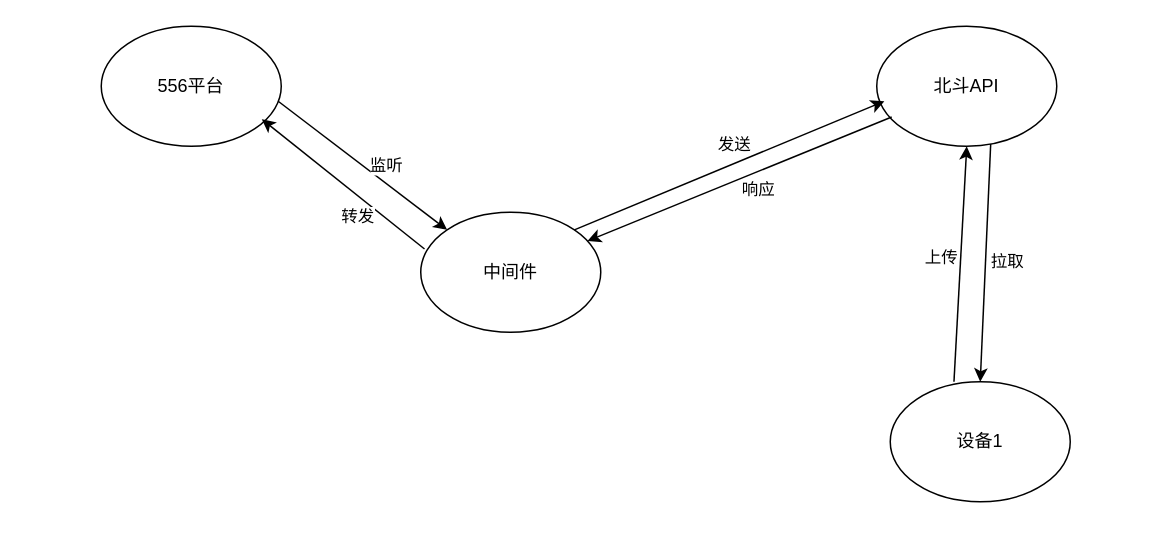
Before: 556转发逻辑流程图.drawio in GoodDream01/nm-serial, a draw.io diagram. Source tidied: cells renumbered, new cells numbered last; positions are measured from the earlier drawing's top-left corner, leaving out a move shared by most shapes. Both pictures are drawn from the tidied source at 150%, with x=0, y=0 at pixel (100, 26).
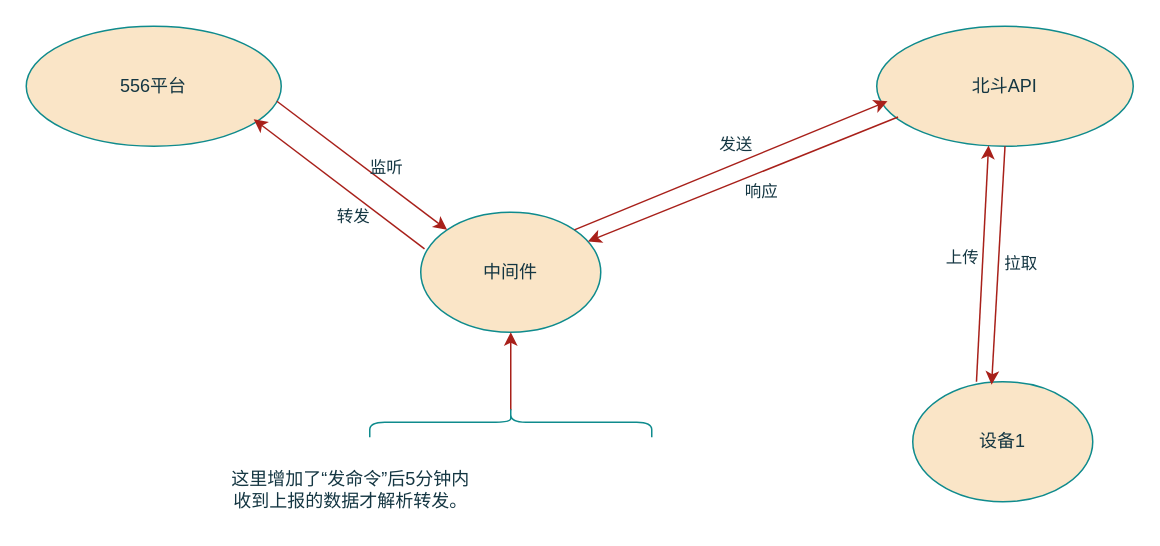
Above is the later version.

Commit message:
更新556转发逻辑流程图.drawio

What changed in the source:
```diff
@@
-    <mxCell id="2" value="北斗API" style="ellipse;whiteSpace=wrap;html=1;" parent="1" vertex="1">
-      <mxGeometry x="517" width="120" height="80" as="geometry" />
+    <mxCell id="2" value="北斗API" style="ellipse;whiteSpace=wrap;html=1;labelBackgroundColor=none;fillColor=#FAE5C7;strokeColor=#0F8B8D;fontColor=#143642;" parent="1" vertex="1">
+      <mxGeometry x="517" width="171" height="80" as="geometry" />
     </mxCell>
-    <mxCell id="3" value="设备1" style="ellipse;whiteSpace=wrap;html=1;" parent="1" vertex="1">
-      <mxGeometry x="526" y="237" width="120" height="80" as="geometry" />
+    <mxCell id="3" value="设备1" style="ellipse;whiteSpace=wrap;html=1;labelBackgroundColor=none;fillColor=#FAE5C7;strokeColor=#0F8B8D;fontColor=#143642;" parent="1" vertex="1">
+      <mxGeometry x="541" y="237" width="120" height="80" as="geometry" />
     </mxCell>
-    <mxCell id="4" value="中间件" style="ellipse;whiteSpace=wrap;html=1;" parent="1" vertex="1">
+    <mxCell id="4" value="中间件" style="ellipse;whiteSpace=wrap;html=1;labelBackgroundColor=none;fillColor=#FAE5C7;strokeColor=#0F8B8D;fontColor=#143642;" parent="1" vertex="1">
       <mxGeometry x="213" y="124" width="120" height="80" as="geometry" />
     </mxCell>
-    <mxCell id="5" value="556平台" style="ellipse;whiteSpace=wrap;html=1;" parent="1" vertex="1">
-      <mxGeometry width="120" height="80" as="geometry" />
+    <mxCell id="5" value="556平台" style="ellipse;whiteSpace=wrap;html=1;labelBackgroundColor=none;fillColor=#FAE5C7;strokeColor=#0F8B8D;fontColor=#143642;" parent="1" vertex="1">
+      <mxGeometry x="-50" width="170" height="80" as="geometry" />
     </mxCell>
-    <mxCell id="6" style="endArrow=classic;html=1;rounded=0;entryX=0.892;entryY=0.775;entryDx=0;entryDy=0;entryPerimeter=0;exitX=0.021;exitY=0.306;exitDx=0;exitDy=0;exitPerimeter=0;" parent="1" edge="1" source="4" target="5">
+    <mxCell id="6" style="endArrow=classic;html=1;rounded=0;entryX=0.892;entryY=0.775;entryDx=0;entryDy=0;entryPerimeter=0;exitX=0.021;exitY=0.306;exitDx=0;exitDy=0;exitPerimeter=0;labelBackgroundColor=none;strokeColor=#A8201A;fontColor=default;" parent="1" edge="1" source="4" target="5">
       <mxGeometry relative="1" as="geometry" />
     </mxCell>
-    <mxCell id="7" value="转发" style="edgeLabel;html=1;align=center;verticalAlign=middle;" parent="6" vertex="1">
+    <mxCell id="7" value="转发" style="edgeLabel;html=1;align=center;verticalAlign=middle;labelBackgroundColor=none;fontColor=#143642;" parent="6" vertex="1">
       <mxGeometry x="-0.15" y="-1" relative="1" as="geometry">
         <mxPoint y="16" as="offset" />
       </mxGeometry>
     </mxCell>
-    <mxCell id="8" style="endArrow=classic;html=1;rounded=0;exitX=0.983;exitY=0.625;exitDx=0;exitDy=0;exitPerimeter=0;entryX=0;entryY=0;entryDx=0;entryDy=0;" parent="1" edge="1" source="5" target="4">
+    <mxCell id="8" style="endArrow=classic;html=1;rounded=0;exitX=0.983;exitY=0.625;exitDx=0;exitDy=0;exitPerimeter=0;entryX=0;entryY=0;entryDx=0;entryDy=0;labelBackgroundColor=none;strokeColor=#A8201A;fontColor=default;" parent="1" edge="1" source="5" target="4">
       <mxGeometry relative="1" as="geometry" />
     </mxCell>
-    <mxCell id="9" value="监听" style="edgeLabel;html=1;align=center;verticalAlign=middle;" parent="8" vertex="1">
+    <mxCell id="9" value="监听" style="edgeLabel;html=1;align=center;verticalAlign=middle;labelBackgroundColor=none;fontColor=#143642;" parent="8" vertex="1">
       <mxGeometry x="0.29" y="-1" relative="1" as="geometry">
         <mxPoint y="-13" as="offset" />
       </mxGeometry>
     </mxCell>
-    <mxCell id="10" style="endArrow=classic;html=1;rounded=0;entryX=0.5;entryY=1;entryDx=0;entryDy=0;exitX=0.354;exitY=0;exitDx=0;exitDy=0;exitPerimeter=0;" parent="1" edge="1" source="3" target="2">
+    <mxCell id="10" style="endArrow=classic;html=1;rounded=0;entryX=0.436;entryY=0.994;entryDx=0;entryDy=0;exitX=0.354;exitY=0;exitDx=0;exitDy=0;exitPerimeter=0;entryPerimeter=0;labelBackgroundColor=none;strokeColor=#A8201A;fontColor=default;" parent="1" edge="1" source="3" target="2">
       <mxGeometry relative="1" as="geometry" />
     </mxCell>
-    <mxCell id="11" value="上传" style="edgeLabel;html=1;align=center;verticalAlign=middle;" parent="10" vertex="1">
+    <mxCell id="11" value="上传" style="edgeLabel;html=1;align=center;verticalAlign=middle;labelBackgroundColor=none;fontColor=#143642;" parent="10" vertex="1">
       <mxGeometry x="0.07" y="2" relative="1" as="geometry">
         <mxPoint x="-12" as="offset" />
       </mxGeometry>
     </mxCell>
-    <mxCell id="12" style="endArrow=classic;html=1;rounded=0;exitX=0.633;exitY=0.981;exitDx=0;exitDy=0;exitPerimeter=0;entryX=0.5;entryY=0;entryDx=0;entryDy=0;" parent="1" edge="1" source="2" target="3">
+    <mxCell id="12" style="endArrow=classic;html=1;rounded=0;exitX=0.5;exitY=1;exitDx=0;exitDy=0;entryX=0.438;entryY=0.025;entryDx=0;entryDy=0;entryPerimeter=0;labelBackgroundColor=none;strokeColor=#A8201A;fontColor=default;" parent="1" edge="1" source="2" target="3">
       <mxGeometry relative="1" as="geometry" />
     </mxCell>
-    <mxCell id="13" value="拉取" style="edgeLabel;html=1;align=center;verticalAlign=middle;" parent="12" vertex="1">
+    <mxCell id="13" value="拉取" style="edgeLabel;html=1;align=center;verticalAlign=middle;labelBackgroundColor=none;fontColor=#143642;" parent="12" vertex="1">
       <mxGeometry x="-0.02" y="-2" relative="1" as="geometry">
         <mxPoint x="16" as="offset" />
       </mxGeometry>
     </mxCell>
-    <mxCell id="14" style="endArrow=classic;html=1;rounded=0;exitX=0.083;exitY=0.756;exitDx=0;exitDy=0;exitPerimeter=0;" parent="1" edge="1" source="2" target="4">
+    <mxCell id="14" style="endArrow=classic;html=1;rounded=0;exitX=0.083;exitY=0.756;exitDx=0;exitDy=0;exitPerimeter=0;labelBackgroundColor=none;strokeColor=#A8201A;fontColor=default;" parent="1" edge="1" source="2" target="4">
       <mxGeometry relative="1" as="geometry" />
     </mxCell>
-    <mxCell id="15" value="响应" style="edgeLabel;html=1;align=center;verticalAlign=middle;" parent="14" vertex="1">
+    <mxCell id="15" value="响应" style="edgeLabel;html=1;align=center;verticalAlign=middle;labelBackgroundColor=none;fontColor=#143642;" parent="14" vertex="1">
       <mxGeometry x="-0.12" y="-1" relative="1" as="geometry">
         <mxPoint y="13" as="offset" />
       </mxGeometry>
     </mxCell>
-    <mxCell id="16" style="endArrow=classic;html=1;rounded=0;exitX=1;exitY=0;exitDx=0;exitDy=0;entryX=0.042;entryY=0.625;entryDx=0;entryDy=0;entryPerimeter=0;" parent="1" edge="1" source="4" target="2">
+    <mxCell id="16" style="endArrow=classic;html=1;rounded=0;exitX=1;exitY=0;exitDx=0;exitDy=0;entryX=0.042;entryY=0.625;entryDx=0;entryDy=0;entryPerimeter=0;labelBackgroundColor=none;strokeColor=#A8201A;fontColor=default;" parent="1" edge="1" source="4" target="2">
       <mxGeometry relative="1" as="geometry" />
     </mxCell>
-    <mxCell id="17" value="发送" style="edgeLabel;html=1;align=center;verticalAlign=middle;" parent="16" vertex="1">
+    <mxCell id="17" value="发送" style="edgeLabel;html=1;align=center;verticalAlign=middle;labelBackgroundColor=none;fontColor=#143642;" parent="16" vertex="1">
       <mxGeometry x="0.03" y="1" relative="1" as="geometry">
         <mxPoint y="-12" as="offset" />
       </mxGeometry>
     </mxCell>
+    <mxCell id="18" value="这里增加了“发命令”后5分钟内&lt;div&gt;收到上报的数据才解析转发。&lt;/div&gt;" style="text;html=1;align=center;verticalAlign=middle;strokeColor=none;fillColor=none;labelBackgroundColor=none;fontColor=#143642;" parent="1" vertex="1">
+      <mxGeometry x="77" y="288" width="177" height="41" as="geometry" />
+    </mxCell>
+    <mxCell id="19" style="edgeStyle=orthogonalEdgeStyle;rounded=0;jettySize=auto;html=1;exitX=0.1;exitY=0.5;exitDx=0;exitDy=0;exitPerimeter=0;entryX=0.5;entryY=1;entryDx=0;entryDy=0;strokeColor=#A8201A;fontColor=#143642;fillColor=#FAE5C7;" parent="1" edge="1" source="20" target="4">
+      <mxGeometry relative="1" as="geometry" />
+    </mxCell>
+    <mxCell id="20" style="shape=curlyBracket;whiteSpace=wrap;html=1;rounded=1;labelPosition=left;verticalLabelPosition=middle;align=right;verticalAlign=middle;strokeColor=#0F8B8D;fontColor=#143642;fillColor=#FAE5C7;rotation=90;" parent="1" vertex="1">
+      <mxGeometry x="263" y="170" width="20" height="188" as="geometry" />
+    </mxCell>
```
